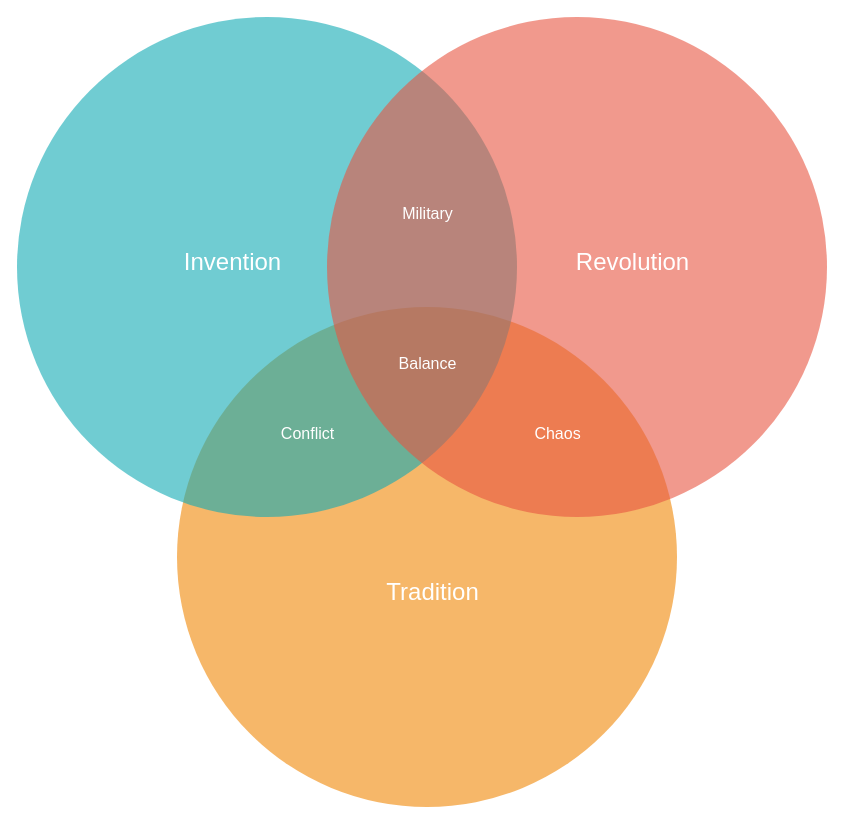
Earlier version of the draw.io diagram Untitled Diagram.drawio (chinahappyking/alertmanager). Source tidied: cells renumbered, new cells numbered last; positions are measured from the earlier drawing's top-left corner, leaving out a move shared by most shapes. Both pictures are drawn from the tidied source at 100%, with x=0, y=0 at pixel (17, 16).
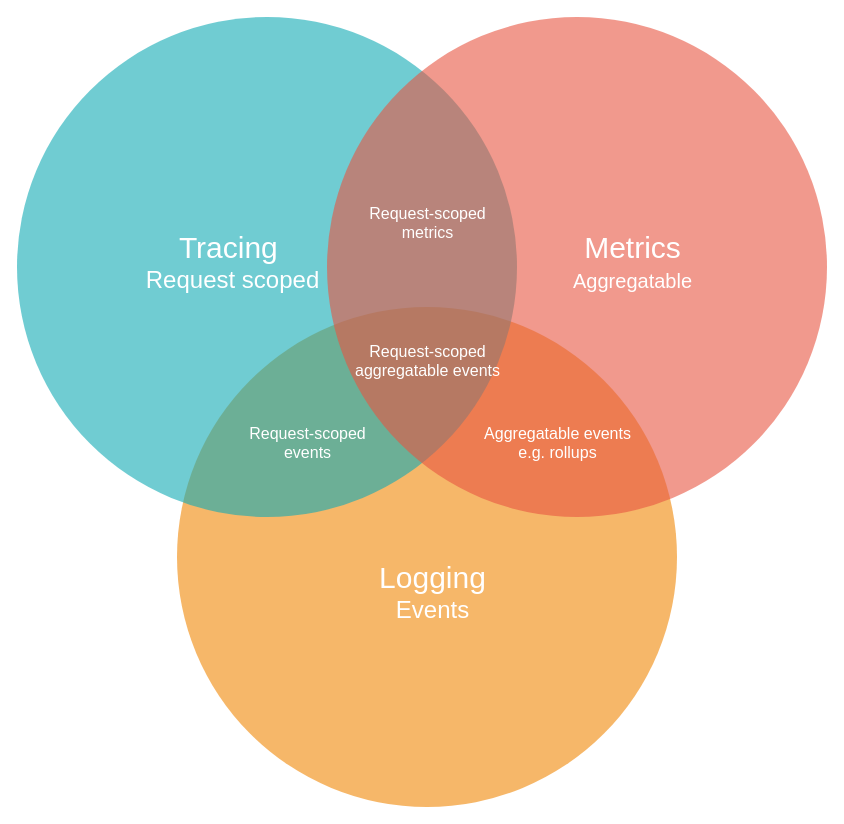
The same diagram, later.

The edit, as a diff of the source:
```diff
@@
 <mxGraphModel background="#ffffff">
   <root>
     <mxCell id="0" />
     <mxCell id="1" parent="0" />
     <mxCell id="2" style="ellipse;fillColor=#F08705;opacity=60;strokeColor=none;html=1;fontColor=#FFFFFF;" parent="1" vertex="1">
       <mxGeometry x="159.5" y="290.5" width="500" height="500" as="geometry" />
     </mxCell>
     <mxCell id="3" style="ellipse;fillColor=#12AAB5;opacity=60;strokeColor=none;html=1;fontColor=#FFFFFF;" parent="1" vertex="1">
       <mxGeometry x="-0.5" y="0.5" width="500" height="500" as="geometry" />
     </mxCell>
     <mxCell id="4" style="ellipse;fillColor=#e85642;opacity=60;strokeColor=none;html=1;fontColor=#FFFFFF;" parent="1" vertex="1">
       <mxGeometry x="309.5" y="0.5" width="500" height="500" as="geometry" />
     </mxCell>
-    <mxCell id="5" value="Invention" style="text;fontSize=24;align=center;verticalAlign=middle;html=1;fontColor=#FFFFFF;" parent="1" vertex="1">
+    <mxCell id="5" value="&lt;font style=&quot;font-size: 30px&quot;&gt;&lt;font style=&quot;font-size: 30px&quot;&gt;Tracing&lt;/font&gt;&amp;nbsp;&lt;br&gt;&lt;/font&gt;Request scoped" style="text;fontSize=24;align=center;verticalAlign=middle;html=1;fontColor=#FFFFFF;" parent="1" vertex="1">
       <mxGeometry x="119.5" y="210.5" width="190" height="70" as="geometry" />
     </mxCell>
-    <mxCell id="6" value="Revolution" style="text;fontSize=24;align=center;verticalAlign=middle;html=1;fontColor=#FFFFFF;" parent="1" vertex="1">
+    <mxCell id="6" value="&lt;font style=&quot;font-size: 30px&quot;&gt;Metrics&lt;/font&gt;&lt;br&gt;&lt;font style=&quot;font-size: 20px&quot;&gt;Aggregatable&lt;/font&gt;" style="text;fontSize=24;align=center;verticalAlign=middle;html=1;fontColor=#FFFFFF;" parent="1" vertex="1">
       <mxGeometry x="519.5" y="210.5" width="190" height="70" as="geometry" />
     </mxCell>
-    <mxCell id="7" value="Tradition" style="text;fontSize=24;align=center;verticalAlign=middle;html=1;fontColor=#FFFFFF;" parent="1" vertex="1">
+    <mxCell id="7" value="&lt;font style=&quot;font-size: 30px&quot;&gt;&lt;font style=&quot;font-size: 30px&quot;&gt;Logging&lt;/font&gt;&lt;br&gt;&lt;/font&gt;Events" style="text;fontSize=24;align=center;verticalAlign=middle;html=1;fontColor=#FFFFFF;" parent="1" vertex="1">
       <mxGeometry x="319.5" y="540.5" width="190" height="70" as="geometry" />
     </mxCell>
-    <mxCell id="8" value="Military" style="text;align=center;html=1;fontColor=#FFFFFF;fontSize=16;" parent="1" vertex="1">
+    <mxCell id="8" value="Request-scoped&lt;br&gt;metrics" style="text;align=center;html=1;fontColor=#FFFFFF;fontSize=16;" parent="1" vertex="1">
       <mxGeometry x="389.5" y="180.5" width="40" height="40" as="geometry" />
     </mxCell>
-    <mxCell id="9" value="Conflict" style="text;align=center;html=1;fontColor=#FFFFFF;fontSize=16;" parent="1" vertex="1">
+    <mxCell id="9" value="Request-scoped&lt;br&gt;events" style="text;align=center;html=1;fontColor=#FFFFFF;fontSize=16;" parent="1" vertex="1">
       <mxGeometry x="269.5" y="400.5" width="40" height="40" as="geometry" />
     </mxCell>
-    <mxCell id="10" value="Chaos" style="text;align=center;html=1;fontColor=#FFFFFF;fontSize=16;" parent="1" vertex="1">
+    <mxCell id="10" value="Aggregatable events &lt;br&gt;e.g. rollups" style="text;align=center;html=1;fontColor=#FFFFFF;fontSize=16;" parent="1" vertex="1">
       <mxGeometry x="519.5" y="400.5" width="40" height="40" as="geometry" />
     </mxCell>
-    <mxCell id="11" value="Balance" style="text;align=center;html=1;fontColor=#FFFFFF;fontSize=16;" parent="1" vertex="1">
-      <mxGeometry x="389.5" y="330.5" width="40" height="40" as="geometry" />
+    <mxCell id="11" value="Request-scoped &lt;br&gt;aggregatable events" style="text;align=center;html=1;fontColor=#FFFFFF;fontSize=16;" parent="1" vertex="1">
+      <mxGeometry x="389.5" y="318.5" width="40" height="40" as="geometry" />
     </mxCell>
   </root>
 </mxGraphModel>
```
